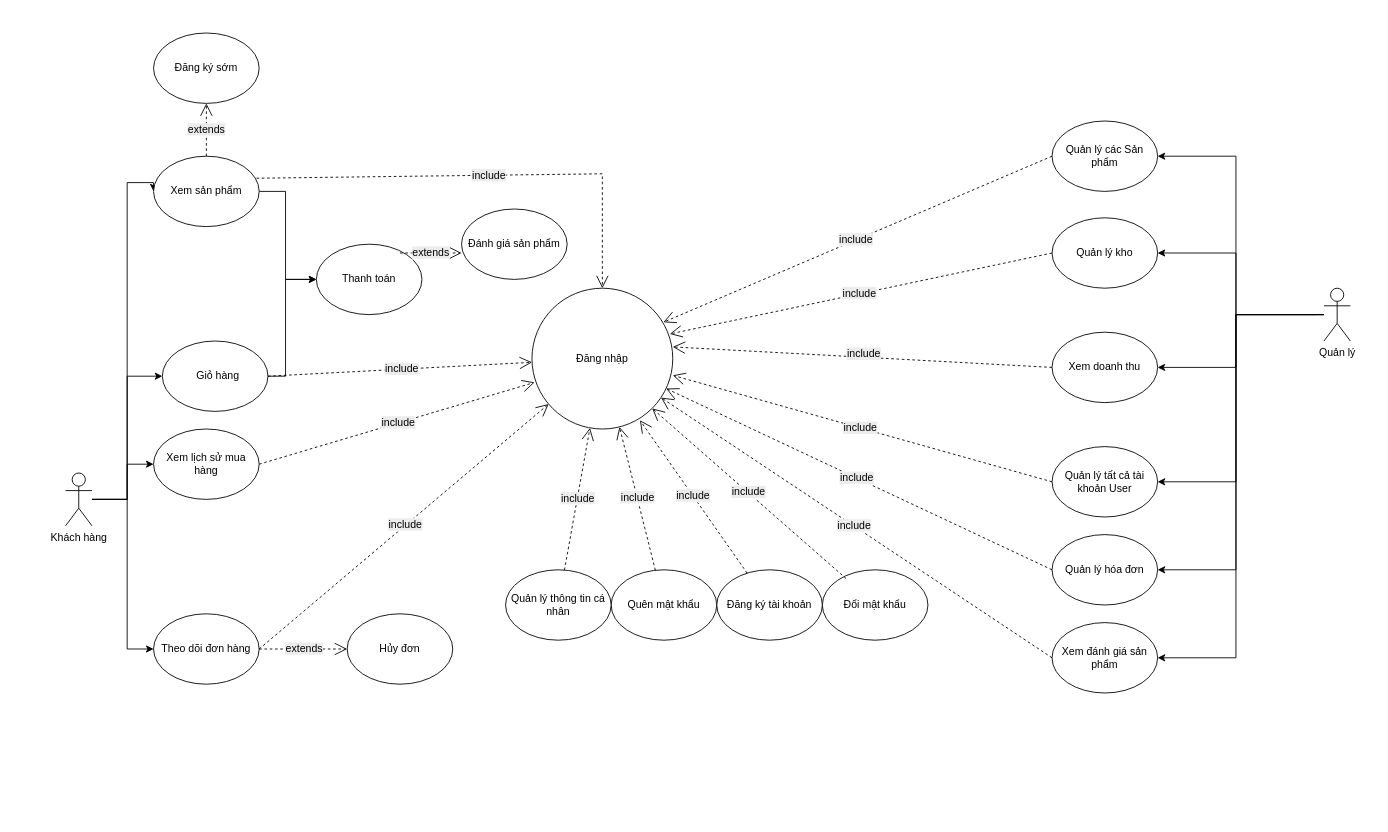
ln678090/Duan1 keeps this draw.io diagram as use case.drawio. Above is the earlier version. Source tidied: cells renumbered, new cells numbered last; positions are measured from the earlier drawing's top-left corner, leaving out a move shared by most shapes. Both pictures are drawn from the tidied source at 88%, with x=0, y=0 at pixel (65, 33).
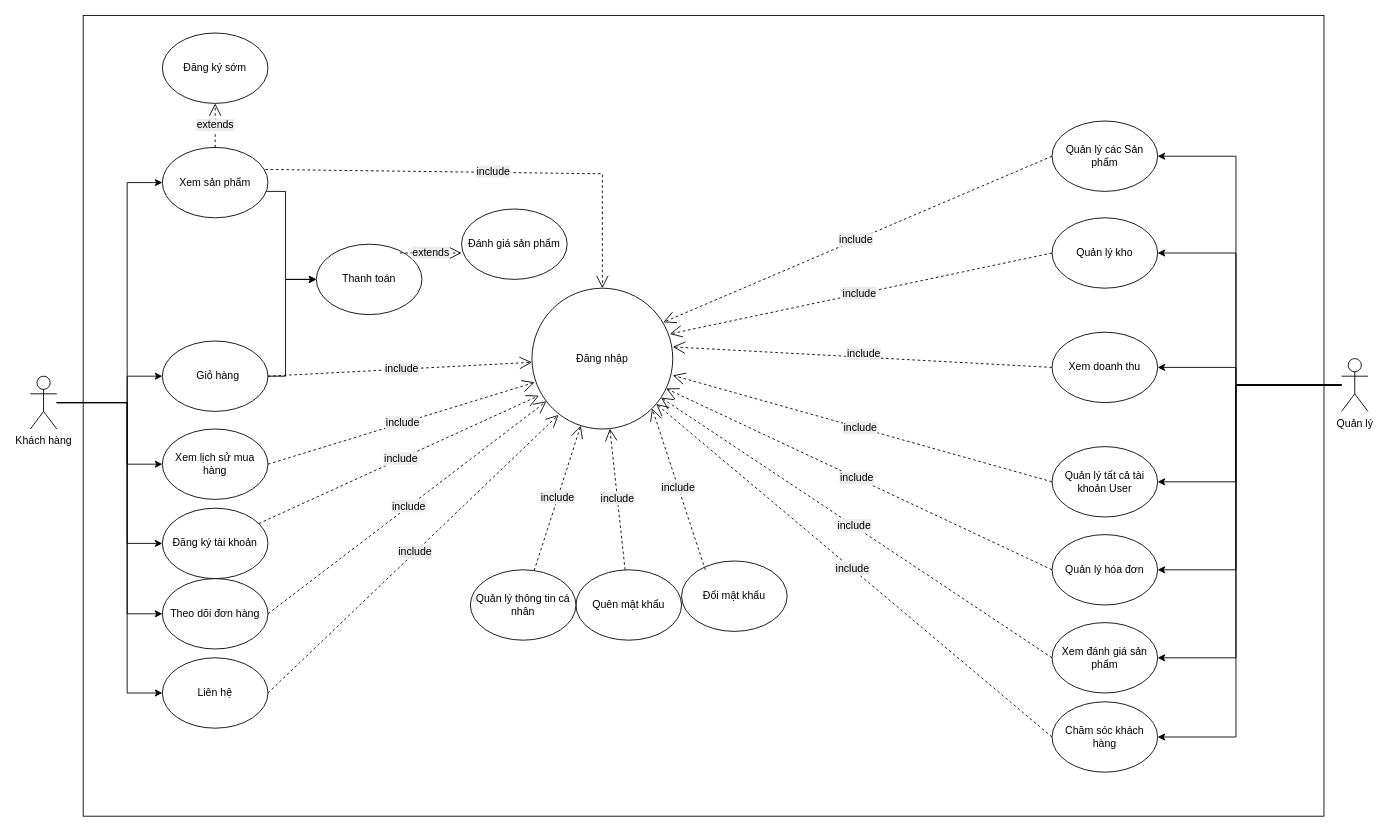
After the change.

The change refers to these unchanged cells:
```xml
<mxCell id="11" value="Đăng nhập" style="ellipse;whiteSpace=wrap;html=1;" parent="1" vertex="1">
  <mxGeometry x="530" y="290" width="160" height="160" as="geometry" />
</mxCell>
<mxCell id="13" value="Quản lý hóa đơn" style="ellipse;whiteSpace=wrap;html=1;" parent="1" vertex="1">
  <mxGeometry x="1121" y="570" width="120" height="80" as="geometry" />
</mxCell>
<mxCell id="16" value="&amp;nbsp; Giỏ hàng" style="ellipse;whiteSpace=wrap;html=1;" parent="1" vertex="1">
  <mxGeometry x="110" y="350" width="120" height="80" as="geometry" />
</mxCell>
<mxCell id="25" value="Quản lý tất cả tài khoản User" style="ellipse;whiteSpace=wrap;html=1;" parent="1" vertex="1">
  <mxGeometry x="1121" y="470" width="120" height="80" as="geometry" />
</mxCell>
<mxCell id="30" value="Quản lý các Sản phẩm" style="ellipse;whiteSpace=wrap;html=1;" parent="1" vertex="1">
  <mxGeometry x="1121" y="100" width="120" height="80" as="geometry" />
</mxCell>
<mxCell id="32" value="Quản lý kho" style="ellipse;whiteSpace=wrap;html=1;" parent="1" vertex="1">
  <mxGeometry x="1121" y="210" width="120" height="80" as="geometry" />
</mxCell>
<mxCell id="41" value="Xem doanh thu" style="ellipse;whiteSpace=wrap;html=1;" parent="1" vertex="1">
  <mxGeometry x="1121" y="340" width="120" height="80" as="geometry" />
</mxCell>
<mxCell id="42" value="Xem đánh giá sản phẩm" style="ellipse;whiteSpace=wrap;html=1;" parent="1" vertex="1">
  <mxGeometry x="1121" y="670" width="120" height="80" as="geometry" />
</mxCell>
```

What changed in the source:
```diff
@@
+    <mxCell id="52" style="rounded=0;whiteSpace=wrap;html=1;" parent="1" vertex="1">
+      <mxGeometry x="20" y="-20" width="1410" height="910" as="geometry" />
+    </mxCell>
     <mxCell id="2" style="edgeStyle=orthogonalEdgeStyle;rounded=0;jettySize=auto;html=1;" parent="1" edge="1" source="6" target="35">
       <mxGeometry relative="1" as="geometry">
         <Array as="points">
-          <mxPoint x="70" y="530" />
+          <mxPoint x="70" y="420" />
           <mxPoint x="70" y="490" />
         </Array>
       </mxGeometry>
     </mxCell>
     <mxCell id="3" style="edgeStyle=orthogonalEdgeStyle;rounded=0;jettySize=auto;html=1;entryX=0;entryY=0.5;entryDx=0;entryDy=0;" parent="1" edge="1" source="6" target="38">
       <mxGeometry relative="1" as="geometry">
         <Array as="points">
-          <mxPoint x="70" y="530" />
-          <mxPoint x="70" y="700" />
+          <mxPoint x="70" y="420" />
+          <mxPoint x="70" y="660" />
         </Array>
       </mxGeometry>
     </mxCell>
     <mxCell id="4" style="edgeStyle=orthogonalEdgeStyle;rounded=0;jettySize=auto;html=1;entryX=0;entryY=0.5;entryDx=0;entryDy=0;" parent="1" edge="1" source="6" target="44">
       <mxGeometry relative="1" as="geometry">
         <Array as="points">
-          <mxPoint x="70" y="530" />
+          <mxPoint x="70" y="420" />
           <mxPoint x="70" y="170" />
+          <mxPoint x="100" y="170" />
         </Array>
       </mxGeometry>
     </mxCell>
     <mxCell id="5" style="edgeStyle=orthogonalEdgeStyle;rounded=0;jettySize=auto;html=1;entryX=0;entryY=0.5;entryDx=0;entryDy=0;" parent="1" edge="1" source="6" target="16">
       <mxGeometry relative="1" as="geometry">
         <Array as="points">
-          <mxPoint x="70" y="530" />
+          <mxPoint x="70" y="420" />
           <mxPoint x="70" y="390" />
         </Array>
       </mxGeometry>
     </mxCell>
+    <mxCell id="53" style="edgeStyle=orthogonalEdgeStyle;rounded=0;jettySize=auto;html=1;" parent="1" edge="1" source="6" target="21">
+      <mxGeometry relative="1" as="geometry">
+        <Array as="points">
+          <mxPoint x="70" y="420" />
+          <mxPoint x="70" y="580" />
+        </Array>
+      </mxGeometry>
+    </mxCell>
+    <mxCell id="54" style="edgeStyle=orthogonalEdgeStyle;rounded=0;jettySize=auto;html=1;entryX=0;entryY=0.5;entryDx=0;entryDy=0;" parent="1" edge="1" source="6" target="56">
+      <mxGeometry relative="1" as="geometry">
+        <Array as="points">
+          <mxPoint x="70" y="420" />
+          <mxPoint x="70" y="750" />
+        </Array>
+      </mxGeometry>
+    </mxCell>
     <mxCell id="6" value="Khách hàng&lt;div&gt;&lt;br&gt;&lt;/div&gt;" style="shape=umlActor;verticalLabelPosition=bottom;verticalAlign=top;html=1;outlineConnect=0;" parent="1" vertex="1">
-      <mxGeometry y="500" width="30" height="60" as="geometry" />
+      <mxGeometry x="-40" y="390" width="30" height="60" as="geometry" />
     </mxCell>
     <mxCell id="7" style="edgeStyle=orthogonalEdgeStyle;rounded=0;jettySize=auto;html=1;entryX=1;entryY=0.5;entryDx=0;entryDy=0;" parent="1" edge="1" source="10" target="25">
       <mxGeometry relative="1" as="geometry">
         <Array as="points">
-          <mxPoint x="1330" y="320" />
+          <mxPoint x="1330" y="400" />
           <mxPoint x="1330" y="510" />
         </Array>
       </mxGeometry>
     </mxCell>
     <mxCell id="8" style="edgeStyle=orthogonalEdgeStyle;rounded=0;jettySize=auto;html=1;entryX=1;entryY=0.5;entryDx=0;entryDy=0;" parent="1" edge="1" source="10" target="30">
       <mxGeometry relative="1" as="geometry">
         <Array as="points">
-          <mxPoint x="1330" y="320" />
+          <mxPoint x="1330" y="400" />
           <mxPoint x="1330" y="140" />
         </Array>
       </mxGeometry>
     </mxCell>
     <mxCell id="9" style="edgeStyle=orthogonalEdgeStyle;rounded=0;jettySize=auto;html=1;entryX=1;entryY=0.5;entryDx=0;entryDy=0;" parent="1" edge="1" source="10" target="42">
       <mxGeometry relative="1" as="geometry">
         <Array as="points">
-          <mxPoint x="1330" y="320" />
+          <mxPoint x="1330" y="400" />
           <mxPoint x="1330" y="710" />
         </Array>
       </mxGeometry>
     </mxCell>
+    <mxCell id="55" style="edgeStyle=orthogonalEdgeStyle;rounded=0;jettySize=auto;html=1;entryX=1;entryY=0.5;entryDx=0;entryDy=0;" parent="1" edge="1" source="10" target="57">
+      <mxGeometry relative="1" as="geometry">
+        <Array as="points">
+          <mxPoint x="1330" y="400" />
+          <mxPoint x="1330" y="800" />
+        </Array>
+      </mxGeometry>
+    </mxCell>
     <mxCell id="10" value="Quản lý" style="shape=umlActor;verticalLabelPosition=bottom;verticalAlign=top;html=1;outlineConnect=0;" parent="1" vertex="1">
-      <mxGeometry x="1430" y="290" width="30" height="60" as="geometry" />
+      <mxGeometry x="1450" y="370" width="30" height="60" as="geometry" />
     </mxCell>
@@
     <mxCell id="14" style="edgeStyle=orthogonalEdgeStyle;rounded=0;jettySize=auto;html=1;entryX=1;entryY=0.5;entryDx=0;entryDy=0;" parent="1" edge="1" target="13">
       <mxGeometry relative="1" as="geometry">
-        <mxPoint x="1420" y="320" as="sourcePoint" />
+        <mxPoint x="1420" y="400" as="sourcePoint" />
         <Array as="points">
-          <mxPoint x="1330" y="320" />
+          <mxPoint x="1330" y="400" />
           <mxPoint x="1330" y="610" />
         </Array>
       </mxGeometry>
     </mxCell>
@@
     <mxCell id="19" value="Quên mật khẩu" style="ellipse;whiteSpace=wrap;html=1;" parent="1" vertex="1">
-      <mxGeometry x="620" y="610" width="120" height="80" as="geometry" />
+      <mxGeometry x="580" y="610" width="120" height="80" as="geometry" />
     </mxCell>
     <mxCell id="20" value="Đổi mật khẩu" style="ellipse;whiteSpace=wrap;html=1;" parent="1" vertex="1">
-      <mxGeometry x="860" y="610" width="120" height="80" as="geometry" />
+      <mxGeometry x="700" y="600" width="120" height="80" as="geometry" />
     </mxCell>
     <mxCell id="21" value="Đăng ký tài khoản" style="ellipse;whiteSpace=wrap;html=1;" parent="1" vertex="1">
-      <mxGeometry x="740" y="610" width="120" height="80" as="geometry" />
+      <mxGeometry x="110" y="540" width="120" height="80" as="geometry" />
     </mxCell>
-    <mxCell id="22" value="&lt;span style=&quot;font-size: 12px; text-wrap-mode: wrap; background-color: rgb(236, 236, 236);&quot;&gt;include&lt;/span&gt;" style="endArrow=open;endSize=12;dashed=1;html=1;rounded=0;entryX=0.767;entryY=0.938;entryDx=0;entryDy=0;entryPerimeter=0;" parent="1" edge="1" source="21" target="11">
+    <mxCell id="22" value="&lt;span style=&quot;font-size: 12px; text-wrap-mode: wrap; background-color: rgb(236, 236, 236);&quot;&gt;include&lt;/span&gt;" style="endArrow=open;endSize=12;dashed=1;html=1;rounded=0;entryX=0.05;entryY=0.763;entryDx=0;entryDy=0;entryPerimeter=0;" parent="1" edge="1" source="21" target="11">
       <mxGeometry x="0.01" relative="1" as="geometry" />
     </mxCell>
@@
     <mxCell id="27" value="Quản lý thông tin cá nhân" style="ellipse;whiteSpace=wrap;html=1;" parent="1" vertex="1">
-      <mxGeometry x="500" y="610" width="120" height="80" as="geometry" />
+      <mxGeometry x="460" y="610" width="120" height="80" as="geometry" />
     </mxCell>
@@
     <mxCell id="34" style="edgeStyle=orthogonalEdgeStyle;rounded=0;jettySize=auto;html=1;entryX=1;entryY=0.5;entryDx=0;entryDy=0;" parent="1" edge="1" source="10" target="32">
       <mxGeometry relative="1" as="geometry">
         <Array as="points">
-          <mxPoint x="1330" y="320" />
+          <mxPoint x="1330" y="400" />
           <mxPoint x="1330" y="250" />
         </Array>
       </mxGeometry>
     </mxCell>
     <mxCell id="35" value="Xem lịch sử mua hàng" style="ellipse;whiteSpace=wrap;html=1;" parent="1" vertex="1">
-      <mxGeometry x="100" y="450" width="120" height="80" as="geometry" />
+      <mxGeometry x="110" y="450" width="120" height="80" as="geometry" />
     </mxCell>
@@
     <mxCell id="38" value="Theo dõi đơn hàng" style="ellipse;whiteSpace=wrap;html=1;" parent="1" vertex="1">
-      <mxGeometry x="100" y="660" width="120" height="80" as="geometry" />
+      <mxGeometry x="110" y="620" width="120" height="80" as="geometry" />
     </mxCell>
@@
     <mxCell id="40" style="edgeStyle=orthogonalEdgeStyle;rounded=0;jettySize=auto;html=1;" parent="1" edge="1" source="10" target="41">
       <mxGeometry relative="1" as="geometry">
         <Array as="points">
-          <mxPoint x="1330" y="320" />
+          <mxPoint x="1330" y="400" />
           <mxPoint x="1330" y="380" />
         </Array>
       </mxGeometry>
     </mxCell>
@@
     <mxCell id="44" value="Xem sản phẩm" style="ellipse;whiteSpace=wrap;html=1;" parent="1" vertex="1">
-      <mxGeometry x="100" y="140" width="120" height="80" as="geometry" />
+      <mxGeometry x="110" y="130" width="120" height="80" as="geometry" />
     </mxCell>
@@
-    <mxCell id="48" value="Hủy đơn" style="ellipse;whiteSpace=wrap;html=1;" parent="1" vertex="1">
-      <mxGeometry x="320" y="660" width="120" height="80" as="geometry" />
-    </mxCell>
-    <mxCell id="49" value="&lt;span style=&quot;font-size: 12px; text-wrap-mode: wrap; background-color: rgb(236, 236, 236);&quot;&gt;extends&lt;/span&gt;" style="endArrow=open;endSize=12;dashed=1;html=1;rounded=0;entryX=0;entryY=0.5;entryDx=0;entryDy=0;" parent="1" edge="1" target="48">
-      <mxGeometry x="0.01" relative="1" as="geometry">
-        <mxPoint x="220" y="700" as="sourcePoint" />
-      </mxGeometry>
-    </mxCell>
     <mxCell id="50" value="Đăng ký sớm" style="ellipse;whiteSpace=wrap;html=1;" parent="1" vertex="1">
-      <mxGeometry x="100" width="120" height="80" as="geometry" />
+      <mxGeometry x="110" width="120" height="80" as="geometry" />
     </mxCell>
@@
+    <mxCell id="56" value="Liên hệ" style="ellipse;whiteSpace=wrap;html=1;" parent="1" vertex="1">
+      <mxGeometry x="110" y="710" width="120" height="80" as="geometry" />
+    </mxCell>
+    <mxCell id="57" value="Chăm sóc khách hàng" style="ellipse;whiteSpace=wrap;html=1;" parent="1" vertex="1">
+      <mxGeometry x="1121" y="760" width="120" height="80" as="geometry" />
+    </mxCell>
+    <mxCell id="58" value="&lt;span style=&quot;font-size: 12px; text-wrap-mode: wrap; background-color: rgb(236, 236, 236);&quot;&gt;include&lt;/span&gt;" style="endArrow=open;endSize=12;dashed=1;html=1;rounded=0;exitX=0;exitY=0.5;exitDx=0;exitDy=0;" parent="1" edge="1" source="57" target="11">
+      <mxGeometry x="0.01" relative="1" as="geometry" />
+    </mxCell>
+    <mxCell id="59" value="&lt;span style=&quot;font-size: 12px; text-wrap-mode: wrap; background-color: rgb(236, 236, 236);&quot;&gt;include&lt;/span&gt;" style="endArrow=open;endSize=12;dashed=1;html=1;rounded=0;exitX=1;exitY=0.5;exitDx=0;exitDy=0;entryX=0.188;entryY=0.9;entryDx=0;entryDy=0;entryPerimeter=0;" parent="1" edge="1" source="56" target="11">
+      <mxGeometry x="0.01" relative="1" as="geometry" />
+    </mxCell>
```
